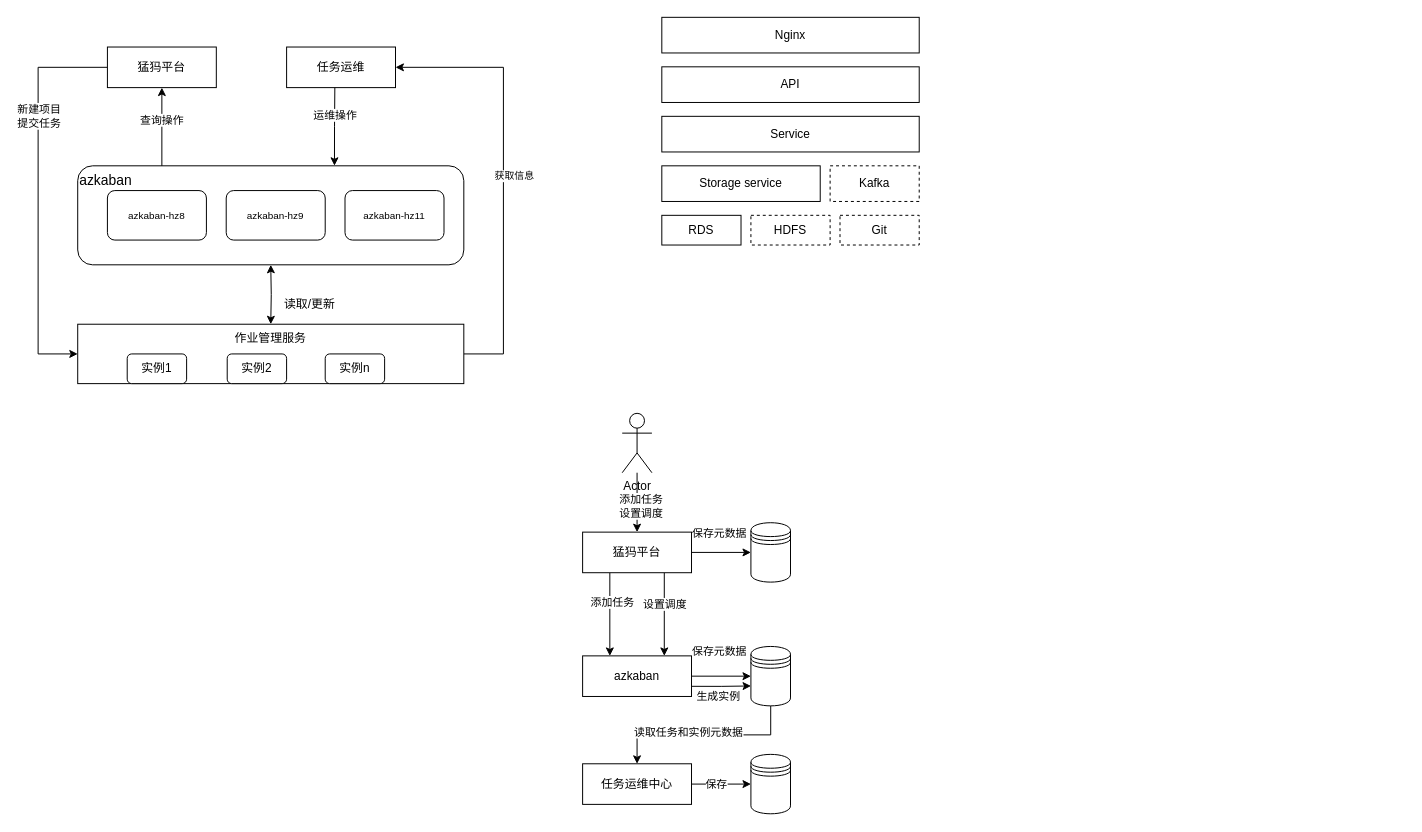
The draw.io diagram jobmanager.drawio in blackberrier/drawiorepo, before the edit. Source tidied: cells renumbered, new cells numbered last; positions are measured from the earlier drawing's top-left corner, leaving out a move shared by most shapes. Both pictures are drawn from the tidied source at 99%, with x=0, y=0 at pixel (38, 17).
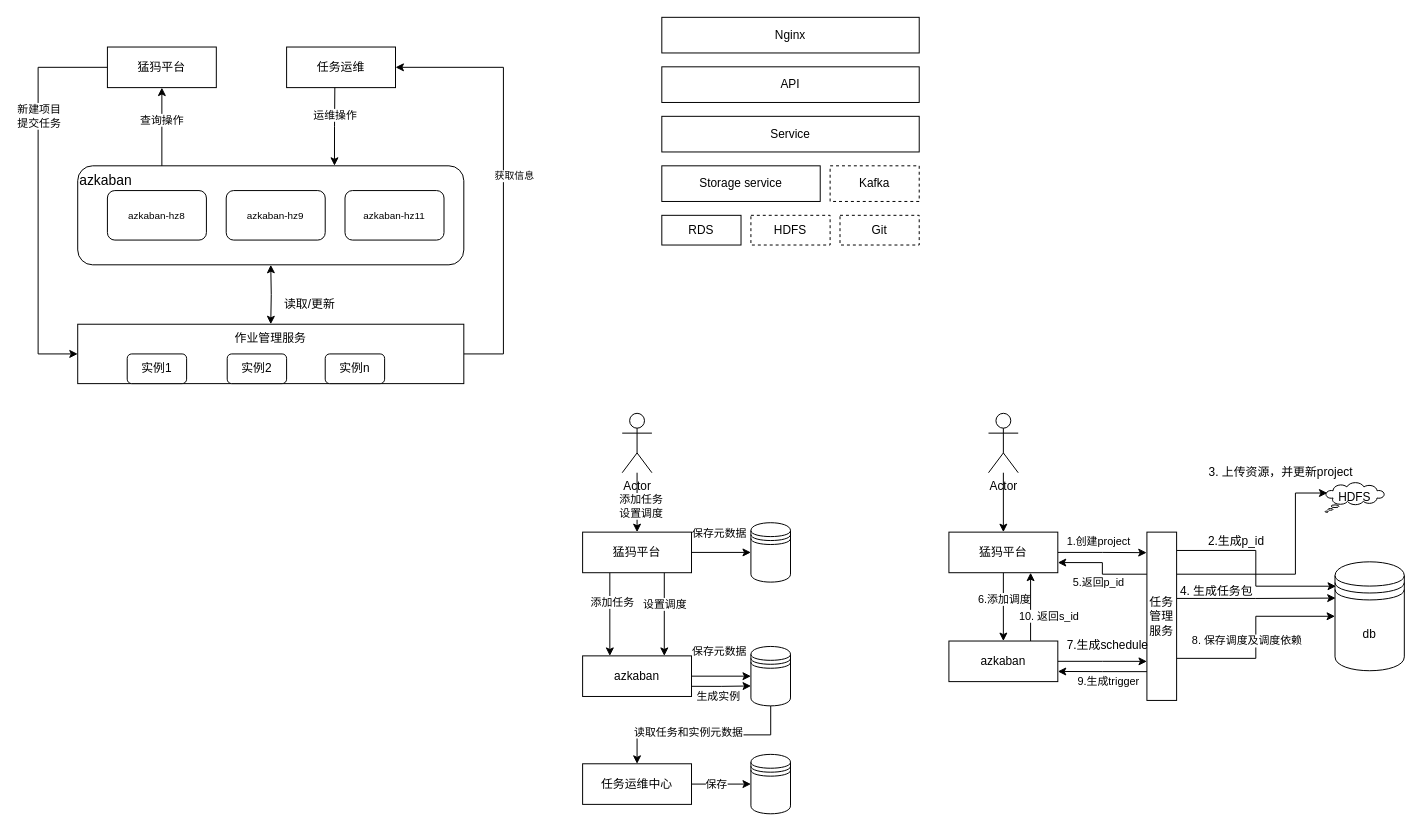
Above is the later version.

Change to the diagram source:
```diff
@@
+    <mxCell id="53" style="edgeStyle=orthogonalEdgeStyle;rounded=0;jettySize=auto;html=1;exitX=0.5;exitY=1;exitDx=0;exitDy=0;entryX=0.5;entryY=0;entryDx=0;entryDy=0;" parent="1" edge="1" source="57" target="61">
+      <mxGeometry relative="1" as="geometry" />
+    </mxCell>
+    <mxCell id="54" value="6.添加调度" style="edgeLabel;html=1;align=center;verticalAlign=middle;" parent="53" vertex="1">
+      <mxGeometry x="-0.26" relative="1" as="geometry" />
+    </mxCell>
+    <mxCell id="55" style="edgeStyle=orthogonalEdgeStyle;rounded=0;jettySize=auto;html=1;exitX=1;exitY=0.5;exitDx=0;exitDy=0;entryX=-0.009;entryY=0.122;entryDx=0;entryDy=0;entryPerimeter=0;" parent="1" edge="1" source="57" target="73">
+      <mxGeometry relative="1" as="geometry" />
+    </mxCell>
+    <mxCell id="56" value="1.创建project" style="edgeLabel;html=1;align=center;verticalAlign=middle;" parent="55" vertex="1">
+      <mxGeometry x="-0.25" y="1" relative="1" as="geometry">
+        <mxPoint x="6" y="-10" as="offset" />
+      </mxGeometry>
+    </mxCell>
+    <mxCell id="57" value="猛犸平台" style="rounded=0;whiteSpace=wrap;html=1;" parent="1" vertex="1">
+      <mxGeometry x="920" y="520" width="110" height="41" as="geometry" />
+    </mxCell>
+    <mxCell id="58" style="edgeStyle=orthogonalEdgeStyle;rounded=0;jettySize=auto;html=1;exitX=1;exitY=0.5;exitDx=0;exitDy=0;entryX=0;entryY=0.768;entryDx=0;entryDy=0;entryPerimeter=0;" parent="1" edge="1" source="61" target="73">
+      <mxGeometry relative="1" as="geometry" />
+    </mxCell>
+    <mxCell id="59" style="edgeStyle=orthogonalEdgeStyle;rounded=0;jettySize=auto;html=1;exitX=0.75;exitY=0;exitDx=0;exitDy=0;entryX=0.75;entryY=1;entryDx=0;entryDy=0;" parent="1" edge="1" source="61" target="57">
+      <mxGeometry relative="1" as="geometry" />
+    </mxCell>
+    <mxCell id="60" value="10. 返回s_id" style="edgeLabel;html=1;align=center;verticalAlign=middle;" parent="59" vertex="1">
+      <mxGeometry x="-0.25" relative="1" as="geometry">
+        <mxPoint x="18" as="offset" />
+      </mxGeometry>
+    </mxCell>
+    <mxCell id="61" value="azkaban" style="rounded=0;whiteSpace=wrap;html=1;" parent="1" vertex="1">
+      <mxGeometry x="920" y="630" width="110" height="41" as="geometry" />
+    </mxCell>
+    <mxCell id="62" style="edgeStyle=orthogonalEdgeStyle;rounded=0;jettySize=auto;html=1;" parent="1" edge="1" source="63" target="57">
+      <mxGeometry relative="1" as="geometry" />
+    </mxCell>
+    <mxCell id="63" value="Actor" style="shape=umlActor;verticalLabelPosition=bottom;verticalAlign=top;html=1;" parent="1" vertex="1">
+      <mxGeometry x="960" y="400" width="30" height="60" as="geometry" />
+    </mxCell>
+    <mxCell id="64" style="edgeStyle=orthogonalEdgeStyle;rounded=0;jettySize=auto;html=1;exitX=1.007;exitY=0.109;exitDx=0;exitDy=0;entryX=0.014;entryY=0.224;entryDx=0;entryDy=0;exitPerimeter=0;entryPerimeter=0;" parent="1" edge="1" source="73" target="74">
+      <mxGeometry relative="1" as="geometry" />
+    </mxCell>
+    <mxCell id="65" style="edgeStyle=orthogonalEdgeStyle;rounded=0;jettySize=auto;html=1;exitX=1;exitY=0.25;exitDx=0;exitDy=0;entryX=0.038;entryY=0.35;entryDx=0;entryDy=0;entryPerimeter=0;" parent="1" edge="1" source="73" target="76">
+      <mxGeometry relative="1" as="geometry">
+        <Array as="points">
+          <mxPoint x="1270" y="563" />
+          <mxPoint x="1270" y="481" />
+        </Array>
+      </mxGeometry>
+    </mxCell>
+    <mxCell id="66" style="edgeStyle=orthogonalEdgeStyle;rounded=0;jettySize=auto;html=1;entryX=0.009;entryY=0.333;entryDx=0;entryDy=0;exitX=1.007;exitY=0.394;exitDx=0;exitDy=0;exitPerimeter=0;entryPerimeter=0;" parent="1" edge="1" source="73" target="74">
+      <mxGeometry relative="1" as="geometry" />
+    </mxCell>
+    <mxCell id="67" style="edgeStyle=orthogonalEdgeStyle;rounded=0;jettySize=auto;html=1;entryX=1;entryY=0.75;entryDx=0;entryDy=0;exitX=0;exitY=0.25;exitDx=0;exitDy=0;" parent="1" edge="1" source="73" target="57">
+      <mxGeometry relative="1" as="geometry" />
+    </mxCell>
+    <mxCell id="68" value="5.返回p_id" style="edgeLabel;html=1;align=center;verticalAlign=middle;" parent="67" vertex="1">
+      <mxGeometry x="-0.31" relative="1" as="geometry">
+        <mxPoint x="-15" y="8" as="offset" />
+      </mxGeometry>
+    </mxCell>
+    <mxCell id="69" style="edgeStyle=orthogonalEdgeStyle;rounded=0;jettySize=auto;html=1;exitX=1;exitY=0.75;exitDx=0;exitDy=0;entryX=0;entryY=0.5;entryDx=0;entryDy=0;" parent="1" edge="1" source="73" target="74">
+      <mxGeometry relative="1" as="geometry" />
+    </mxCell>
+    <mxCell id="70" value="8. 保存调度及调度依赖" style="edgeLabel;html=1;align=center;verticalAlign=middle;" parent="69" vertex="1">
+      <mxGeometry x="-0.45" y="1" relative="1" as="geometry">
+        <mxPoint x="14" y="-17" as="offset" />
+      </mxGeometry>
+    </mxCell>
+    <mxCell id="71" style="edgeStyle=orthogonalEdgeStyle;rounded=0;jettySize=auto;html=1;entryX=1;entryY=0.75;entryDx=0;entryDy=0;exitX=0.047;exitY=0.829;exitDx=0;exitDy=0;exitPerimeter=0;" parent="1" edge="1" source="73" target="61">
+      <mxGeometry relative="1" as="geometry" />
+    </mxCell>
+    <mxCell id="72" value="9.生成trigger" style="edgeLabel;html=1;align=center;verticalAlign=middle;" parent="71" vertex="1">
+      <mxGeometry x="0.43" y="1" relative="1" as="geometry">
+        <mxPoint x="24" y="9" as="offset" />
+      </mxGeometry>
+    </mxCell>
+    <mxCell id="73" value="任务管理服务" style="rounded=0;whiteSpace=wrap;html=1;horizontal=1;" parent="1" vertex="1">
+      <mxGeometry x="1120" y="520" width="30" height="170" as="geometry" />
+    </mxCell>
+    <mxCell id="74" value="db" style="shape=datastore;whiteSpace=wrap;html=1;" parent="1" vertex="1">
+      <mxGeometry x="1310" y="550" width="70" height="110" as="geometry" />
+    </mxCell>
+    <mxCell id="75" value="2.生成p_id" style="text;html=1;align=center;verticalAlign=middle;strokeColor=none;fillColor=none;" parent="1" vertex="1">
+      <mxGeometry x="1175" y="520" width="70" height="20" as="geometry" />
+    </mxCell>
+    <mxCell id="76" value="HDFS" style="whiteSpace=wrap;html=1;shape=mxgraph.basic.cloud_callout;" parent="1" vertex="1">
+      <mxGeometry x="1300" y="470" width="60" height="30" as="geometry" />
+    </mxCell>
+    <mxCell id="77" value="3. 上传资源，并更新project" style="text;html=1;align=center;verticalAlign=middle;strokeColor=none;fillColor=none;" parent="1" vertex="1">
+      <mxGeometry x="1175" y="450" width="160" height="20" as="geometry" />
+    </mxCell>
+    <mxCell id="78" value="4. 生成任务包" style="text;html=1;align=center;verticalAlign=middle;strokeColor=none;fillColor=none;" parent="1" vertex="1">
+      <mxGeometry x="1145" y="570" width="90" height="20" as="geometry" />
+    </mxCell>
+    <mxCell id="79" value="7.生成schedule" style="text;html=1;align=center;verticalAlign=middle;strokeColor=none;fillColor=none;" parent="1" vertex="1">
+      <mxGeometry x="1030" y="625" width="100" height="20" as="geometry" />
+    </mxCell>
```
